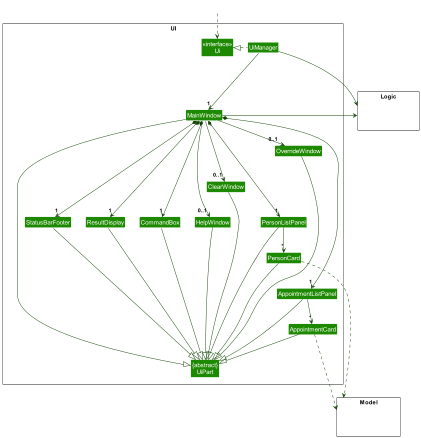
Earlier version of the PlantUML export docs/images/UiClassDiagram.png (nus-cs2103-AY2324S1/tp).
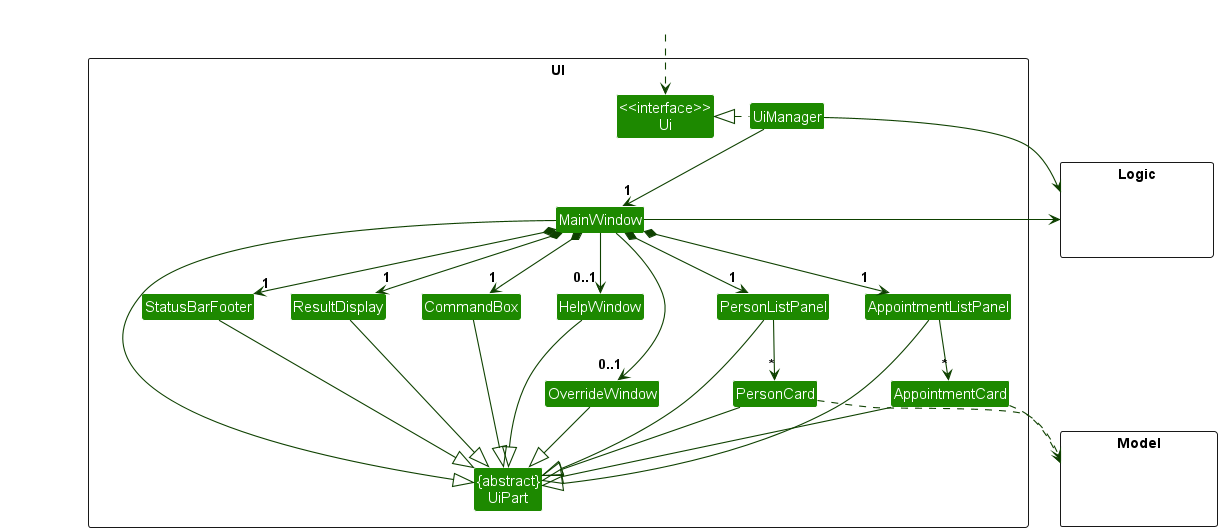
The same file after the commit.

Commit message:
Edit UI Class Diagram and minor changes in DG

The edit, as a diff of the source:
```diff
@@ -10,7 +10,6 @@
 Class UiManager
 Class MainWindow
 Class HelpWindow
-Class ClearWindow
 Class OverrideWindow
 Class ResultDisplay
 Class PersonListPanel
@@ -33,34 +32,32 @@
 HiddenOutside ..> Ui
 
 UiManager .left.|> Ui
-UiManager -down--> "1" MainWindow
-MainWindow *-down-->  "1" CommandBox
-MainWindow *-down--> "1" ResultDisplay
-MainWindow *-down--> "1" PersonListPanel
-MainWindow *-down--> "1" AppointmentListPanel
-MainWindow *-down---> "1" StatusBarFooter
-MainWindow -> "0..1" HelpWindow
-MainWindow -> "0..1" ClearWindow
-MainWindow -> "0..1" OverrideWindow
+UiManager -down-> "1" MainWindow
+MainWindow *-down->  "1" CommandBox
+MainWindow *-down-> "1" ResultDisplay
+MainWindow *-down-> "1" PersonListPanel
+MainWindow *-down-> "1" AppointmentListPanel
+MainWindow *-down-> "1" StatusBarFooter
+MainWindow --> "0..1" HelpWindow
+MainWindow --> "0..1" OverrideWindow
 
 PersonListPanel -down-> "*" PersonCard
 AppointmentListPanel -down-> "*" AppointmentCard
 
 MainWindow -left-|> UiPart
 
-ResultDisplay ---|> UiPart
-CommandBox ---|> UiPart
-PersonListPanel ---|> UiPart
-PersonCard ----|> UiPart
+ResultDisplay --|> UiPart
+CommandBox --|> UiPart
+PersonListPanel --|> UiPart
+PersonCard --|> UiPart
 AppointmentListPanel --|> UiPart
 AppointmentCard --|> UiPart
-StatusBarFooter -----|> UiPart
-HelpWindow ---|> UiPart
-ClearWindow ---|> UiPart
-OverrideWindow -|> UiPart
+StatusBarFooter --|> UiPart
+HelpWindow --|> UiPart
+OverrideWindow --|> UiPart
 
-PersonCard ....> Model
-AppointmentCard ...> Model
+PersonCard ..> Model
+AppointmentCard ..> Model
 UiManager -right-> Logic
 MainWindow -left-> Logic
 
```
